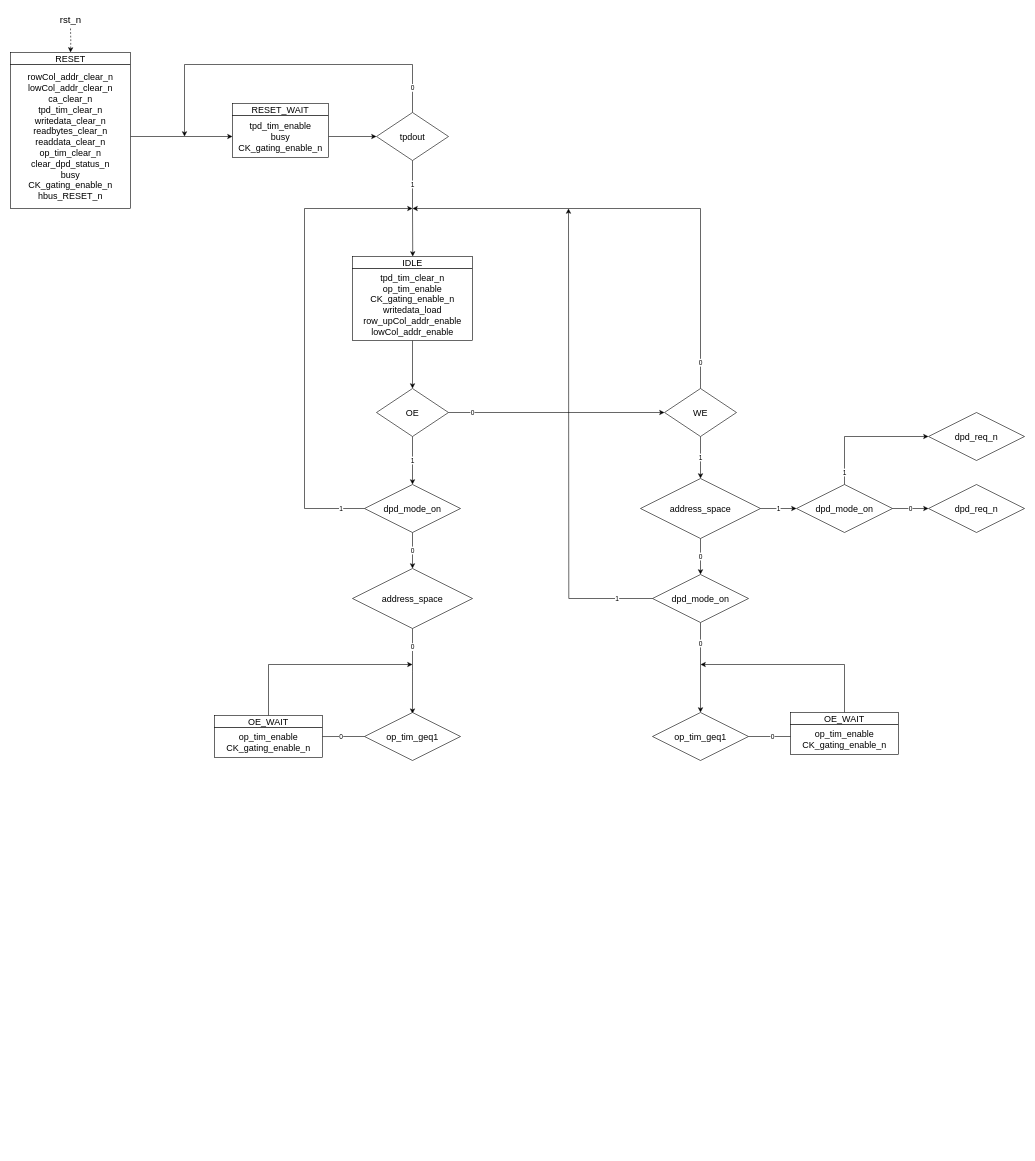
AndreaBononi/IP_cores keeps this draw.io diagram as page "SSRAM_to_hRAM: FSM" (3 of 3) of IP_cores/AvalonMM_to_hRAM/SSRAM_to_hRAM_v1/rtl/SSRAM_to_hRAM.drawio. Above is the earlier version. Source tidied: cells renumbered, new cells numbered last; positions are measured from the earlier drawing's top-left corner, leaving out a move shared by most shapes. Both pictures are drawn from the tidied source at 60%, with x=0, y=0 at pixel (10, 10).
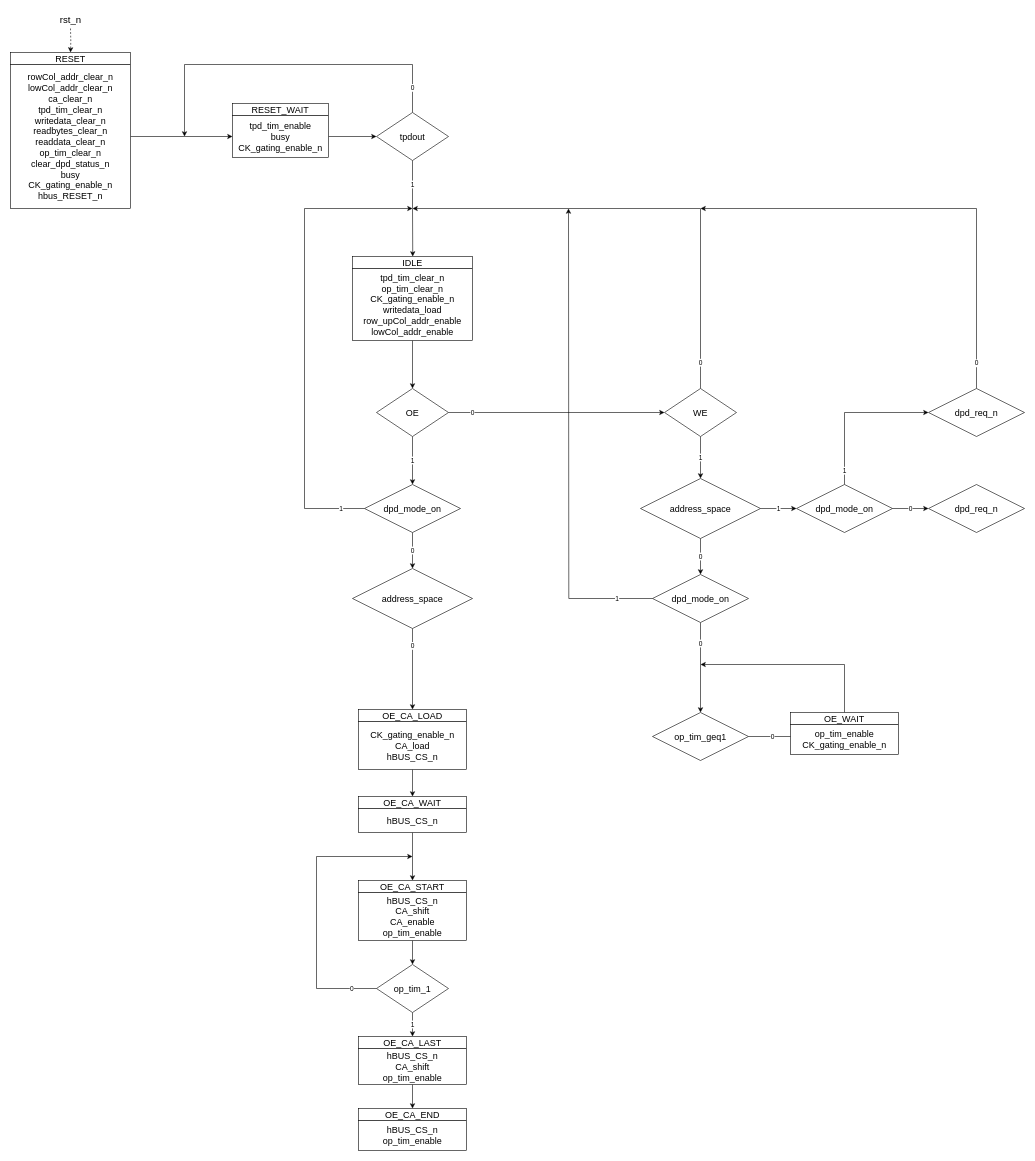
After the change.

The change refers to these unchanged cells:
```xml
<mxCell id="17" value="&lt;font style=&quot;font-size: 15px;&quot;&gt;address_space&lt;/font&gt;" style="rhombus;whiteSpace=wrap;html=1;" parent="1" vertex="1">
  <mxGeometry x="570" y="930" width="200" height="100" as="geometry" />
</mxCell>
```

Diff of the diagram source:
```diff
@@
-    <mxCell id="14" value="&lt;div style=&quot;font-size: 15px;&quot;&gt;&lt;font style=&quot;font-size: 15px;&quot;&gt;tpd_tim_clear_n&lt;/font&gt;&lt;/div&gt;&lt;div style=&quot;font-size: 15px;&quot;&gt;&lt;font style=&quot;font-size: 15px;&quot;&gt;op_tim_enable&lt;/font&gt;&lt;/div&gt;&lt;div style=&quot;font-size: 15px;&quot;&gt;&lt;font style=&quot;font-size: 15px;&quot;&gt;CK_gating_enable_n&lt;br&gt;&lt;/font&gt;&lt;/div&gt;&lt;div style=&quot;font-size: 15px;&quot;&gt;&lt;font style=&quot;font-size: 15px;&quot;&gt;writedata_load&lt;/font&gt;&lt;/div&gt;&lt;div style=&quot;font-size: 15px;&quot;&gt;&lt;font style=&quot;font-size: 15px;&quot;&gt;row_upCol_addr_enable&lt;/font&gt;&lt;/div&gt;&lt;div style=&quot;font-size: 15px;&quot;&gt;&lt;font style=&quot;font-size: 15px;&quot;&gt;lowCol_addr_enable&lt;font style=&quot;font-size: 15px;&quot;&gt;&lt;br&gt;&lt;/font&gt;&lt;/font&gt;&lt;/div&gt;" style="rounded=0;whiteSpace=wrap;html=1;" parent="1" vertex="1">
+    <mxCell id="14" value="&lt;div style=&quot;font-size: 15px;&quot;&gt;&lt;font style=&quot;font-size: 15px;&quot;&gt;tpd_tim_clear_n&lt;/font&gt;&lt;/div&gt;&lt;div style=&quot;font-size: 15px;&quot;&gt;&lt;font style=&quot;font-size: 15px;&quot;&gt;op_tim_clear_n&lt;/font&gt;&lt;/div&gt;&lt;div style=&quot;font-size: 15px;&quot;&gt;&lt;font style=&quot;font-size: 15px;&quot;&gt;CK_gating_enable_n&lt;br&gt;&lt;/font&gt;&lt;/div&gt;&lt;div style=&quot;font-size: 15px;&quot;&gt;&lt;font style=&quot;font-size: 15px;&quot;&gt;writedata_load&lt;/font&gt;&lt;/div&gt;&lt;div style=&quot;font-size: 15px;&quot;&gt;&lt;font style=&quot;font-size: 15px;&quot;&gt;row_upCol_addr_enable&lt;/font&gt;&lt;/div&gt;&lt;div style=&quot;font-size: 15px;&quot;&gt;&lt;font style=&quot;font-size: 15px;&quot;&gt;lowCol_addr_enable&lt;font style=&quot;font-size: 15px;&quot;&gt;&lt;br&gt;&lt;/font&gt;&lt;/font&gt;&lt;/div&gt;" style="rounded=0;whiteSpace=wrap;html=1;" parent="1" vertex="1">
       <mxGeometry x="570" y="430" width="200" height="120" as="geometry" />
     </mxCell>
@@
-    <mxCell id="16" value="0" style="edgeStyle=orthogonalEdgeStyle;rounded=0;jettySize=auto;html=1;exitX=0.5;exitY=1;exitDx=0;exitDy=0;entryX=0.5;entryY=0;entryDx=0;entryDy=0;" parent="1" edge="1" source="17">
-      <mxGeometry x="-0.57" relative="1" as="geometry">
-        <mxPoint x="670" y="1172" as="targetPoint" />
-      </mxGeometry>
+    <mxCell id="16" value="0" style="edgeStyle=orthogonalEdgeStyle;rounded=0;jettySize=auto;html=1;exitX=0.5;exitY=1;exitDx=0;exitDy=0;entryX=0.5;entryY=0;entryDx=0;entryDy=0;" parent="1" edge="1" source="17" target="51">
+      <mxGeometry x="-0.57" relative="1" as="geometry" />
     </mxCell>
@@
-    <mxCell id="28" value="0" style="edgeStyle=orthogonalEdgeStyle;rounded=0;jettySize=auto;html=1;exitX=0;exitY=0.5;exitDx=0;exitDy=0;" parent="1" edge="1" source="29">
-      <mxGeometry relative="1" as="geometry">
-        <mxPoint x="510" y="1210.1" as="targetPoint" />
-      </mxGeometry>
-    </mxCell>
-    <mxCell id="29" value="&lt;font style=&quot;font-size: 15px;&quot;&gt;op_tim_geq1&lt;/font&gt;" style="rhombus;whiteSpace=wrap;html=1;" parent="1" vertex="1">
-      <mxGeometry x="590" y="1170" width="160" height="80" as="geometry" />
-    </mxCell>
-    <mxCell id="30" value="&lt;div style=&quot;font-size: 15px;&quot;&gt;&lt;font style=&quot;font-size: 15px;&quot;&gt;op_tim_enable&lt;/font&gt;&lt;/div&gt;&lt;div style=&quot;font-size: 15px;&quot;&gt;&lt;font style=&quot;font-size: 15px;&quot;&gt;CK_gating_enable_n&lt;br&gt;&lt;/font&gt;&lt;/div&gt;" style="rounded=0;whiteSpace=wrap;html=1;" parent="1" vertex="1">
-      <mxGeometry x="340" y="1195" width="180" height="50" as="geometry" />
-    </mxCell>
-    <mxCell id="31" style="edgeStyle=orthogonalEdgeStyle;rounded=0;jettySize=auto;html=1;exitX=0.5;exitY=0;exitDx=0;exitDy=0;" parent="1" edge="1" source="32">
-      <mxGeometry relative="1" as="geometry">
-        <mxPoint x="670" y="1090" as="targetPoint" />
-        <Array as="points">
-          <mxPoint x="430" y="1090" />
-        </Array>
-      </mxGeometry>
-    </mxCell>
-    <mxCell id="32" value="&lt;font style=&quot;font-size: 15px;&quot;&gt;OE_WAIT&lt;/font&gt;" style="rounded=0;whiteSpace=wrap;html=1;" parent="1" vertex="1">
-      <mxGeometry x="340" y="1175" width="180" height="20" as="geometry" />
-    </mxCell>
@@
+    <mxCell id="48" value="0" style="edgeStyle=orthogonalEdgeStyle;rounded=0;jettySize=auto;html=1;exitX=0.5;exitY=0;exitDx=0;exitDy=0;" parent="1" edge="1" source="47">
+      <mxGeometry x="-0.89" relative="1" as="geometry">
+        <mxPoint x="1150" y="330" as="targetPoint" />
+        <Array as="points">
+          <mxPoint x="1610" y="330" />
+        </Array>
+      </mxGeometry>
+    </mxCell>
     <mxCell id="47" value="&lt;font style=&quot;font-size: 15px;&quot;&gt;dpd_req_n&lt;/font&gt;" style="rhombus;whiteSpace=wrap;html=1;" parent="1" vertex="1">
-      <mxGeometry x="1530" y="670" width="160" height="80" as="geometry" />
+      <mxGeometry x="1530" y="630" width="160" height="80" as="geometry" />
     </mxCell>
+    <mxCell id="49" style="edgeStyle=orthogonalEdgeStyle;rounded=0;jettySize=auto;html=1;exitX=0.5;exitY=1;exitDx=0;exitDy=0;entryX=0.5;entryY=0;entryDx=0;entryDy=0;" parent="1" edge="1" source="50" target="54">
+      <mxGeometry relative="1" as="geometry" />
+    </mxCell>
+    <mxCell id="50" value="&lt;div style=&quot;font-size: 15px;&quot;&gt;&lt;font style=&quot;font-size: 15px;&quot;&gt;CK_gating_enable_n&lt;br&gt;&lt;/font&gt;&lt;/div&gt;&lt;div style=&quot;font-size: 15px;&quot;&gt;CA_load&lt;/div&gt;&lt;div style=&quot;font-size: 15px;&quot;&gt;hBUS_CS_n&lt;br&gt;&lt;/div&gt;" style="rounded=0;whiteSpace=wrap;html=1;" parent="1" vertex="1">
+      <mxGeometry x="580" y="1185" width="180" height="80" as="geometry" />
+    </mxCell>
+    <mxCell id="51" value="&lt;font style=&quot;font-size: 15px;&quot;&gt;OE_CA_LOAD&lt;/font&gt;" style="rounded=0;whiteSpace=wrap;html=1;" parent="1" vertex="1">
+      <mxGeometry x="580" y="1165" width="180" height="20" as="geometry" />
+    </mxCell>
+    <mxCell id="52" style="edgeStyle=orthogonalEdgeStyle;rounded=0;jettySize=auto;html=1;exitX=0.5;exitY=1;exitDx=0;exitDy=0;entryX=0.5;entryY=0;entryDx=0;entryDy=0;" parent="1" edge="1" source="53" target="57">
+      <mxGeometry relative="1" as="geometry" />
+    </mxCell>
+    <mxCell id="53" value="&lt;div style=&quot;font-size: 15px;&quot;&gt;hBUS_CS_n&lt;br&gt;&lt;/div&gt;" style="rounded=0;whiteSpace=wrap;html=1;" parent="1" vertex="1">
+      <mxGeometry x="580" y="1330" width="180" height="40" as="geometry" />
+    </mxCell>
+    <mxCell id="54" value="&lt;font style=&quot;font-size: 15px;&quot;&gt;OE_CA_WAIT&lt;/font&gt;" style="rounded=0;whiteSpace=wrap;html=1;" parent="1" vertex="1">
+      <mxGeometry x="580" y="1310" width="180" height="20" as="geometry" />
+    </mxCell>
+    <mxCell id="55" style="edgeStyle=orthogonalEdgeStyle;rounded=0;jettySize=auto;html=1;exitX=0.5;exitY=1;exitDx=0;exitDy=0;entryX=0.5;entryY=0;entryDx=0;entryDy=0;" parent="1" edge="1" source="56" target="59">
+      <mxGeometry relative="1" as="geometry" />
+    </mxCell>
+    <mxCell id="56" value="&lt;div style=&quot;font-size: 15px;&quot;&gt;hBUS_CS_n&lt;/div&gt;&lt;div style=&quot;font-size: 15px;&quot;&gt;CA_shift&lt;/div&gt;&lt;div style=&quot;font-size: 15px;&quot;&gt;CA_enable&lt;/div&gt;&lt;div style=&quot;font-size: 15px;&quot;&gt;op_tim_enable&lt;br&gt;&lt;/div&gt;" style="rounded=0;whiteSpace=wrap;html=1;" parent="1" vertex="1">
+      <mxGeometry x="580" y="1470" width="180" height="80" as="geometry" />
+    </mxCell>
+    <mxCell id="57" value="&lt;font style=&quot;font-size: 15px;&quot;&gt;OE_CA_START&lt;/font&gt;" style="rounded=0;whiteSpace=wrap;html=1;" parent="1" vertex="1">
+      <mxGeometry x="580" y="1450" width="180" height="20" as="geometry" />
+    </mxCell>
+    <mxCell id="28" value="0" style="edgeStyle=orthogonalEdgeStyle;rounded=0;jettySize=auto;html=1;exitX=0;exitY=0.5;exitDx=0;exitDy=0;" parent="1" edge="1" source="59">
+      <mxGeometry x="-0.83" relative="1" as="geometry">
+        <mxPoint x="670" y="1410" as="targetPoint" />
+        <Array as="points">
+          <mxPoint x="510" y="1630" />
+          <mxPoint x="510" y="1410" />
+        </Array>
+      </mxGeometry>
+    </mxCell>
+    <mxCell id="58" value="1" style="edgeStyle=orthogonalEdgeStyle;rounded=0;jettySize=auto;html=1;exitX=0.5;exitY=1;exitDx=0;exitDy=0;entryX=0.5;entryY=0;entryDx=0;entryDy=0;" parent="1" edge="1" source="59" target="62">
+      <mxGeometry relative="1" as="geometry" />
+    </mxCell>
+    <mxCell id="59" value="&lt;font style=&quot;font-size: 15px;&quot;&gt;op_tim_1&lt;/font&gt;" style="rhombus;whiteSpace=wrap;html=1;" parent="1" vertex="1">
+      <mxGeometry x="610" y="1590" width="120" height="80" as="geometry" />
+    </mxCell>
+    <mxCell id="60" style="edgeStyle=orthogonalEdgeStyle;rounded=0;jettySize=auto;html=1;exitX=0.5;exitY=1;exitDx=0;exitDy=0;" parent="1" edge="1" source="61" target="64">
+      <mxGeometry relative="1" as="geometry" />
+    </mxCell>
+    <mxCell id="61" value="&lt;div style=&quot;font-size: 15px;&quot;&gt;hBUS_CS_n&lt;/div&gt;&lt;div style=&quot;font-size: 15px;&quot;&gt;CA_shift&lt;/div&gt;&lt;div style=&quot;font-size: 15px;&quot;&gt;op_tim_enable&lt;br&gt;&lt;/div&gt;" style="rounded=0;whiteSpace=wrap;html=1;" parent="1" vertex="1">
+      <mxGeometry x="580" y="1730" width="180" height="60" as="geometry" />
+    </mxCell>
+    <mxCell id="62" value="&lt;font style=&quot;font-size: 15px;&quot;&gt;OE_CA_LAST&lt;/font&gt;" style="rounded=0;whiteSpace=wrap;html=1;" parent="1" vertex="1">
+      <mxGeometry x="580" y="1710" width="180" height="20" as="geometry" />
+    </mxCell>
+    <mxCell id="63" value="&lt;div style=&quot;font-size: 15px;&quot;&gt;hBUS_CS_n&lt;/div&gt;&lt;div style=&quot;font-size: 15px;&quot;&gt;op_tim_enable&lt;br&gt;&lt;/div&gt;" style="rounded=0;whiteSpace=wrap;html=1;" parent="1" vertex="1">
+      <mxGeometry x="580" y="1850" width="180" height="50" as="geometry" />
+    </mxCell>
+    <mxCell id="64" value="&lt;font style=&quot;font-size: 15px;&quot;&gt;OE_CA_END&lt;/font&gt;" style="rounded=0;whiteSpace=wrap;html=1;" parent="1" vertex="1">
+      <mxGeometry x="580" y="1830" width="180" height="20" as="geometry" />
+    </mxCell>
```
